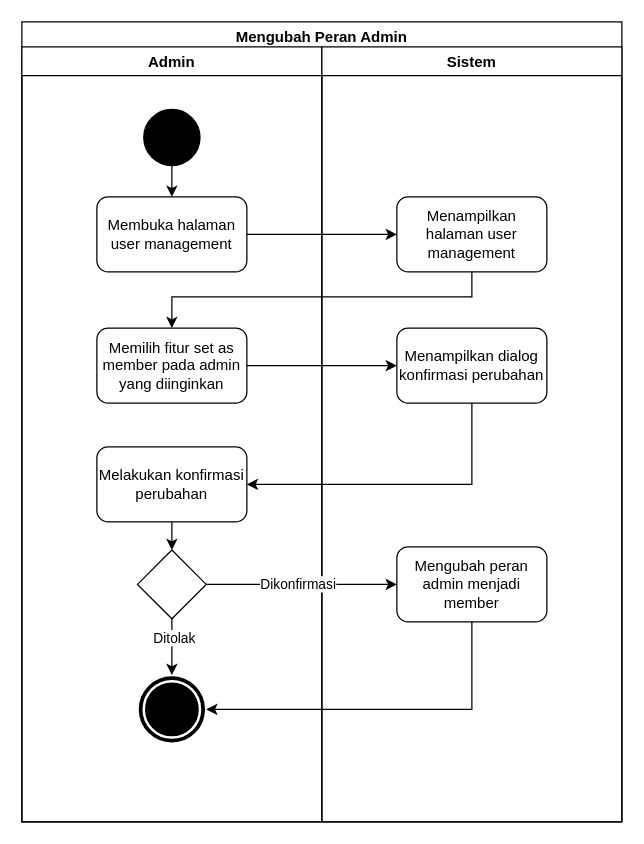
Earlier version of the draw.io diagram Diagram/Activity Diagram/28. mengubah peran admin.drawio (techie-jhs/thesis). Source tidied: cells renumbered, new cells numbered last; positions are measured from the earlier drawing's top-left corner, leaving out a move shared by most shapes. Both pictures are drawn from the tidied source at 125%, with x=0, y=0 at pixel (21, 21).
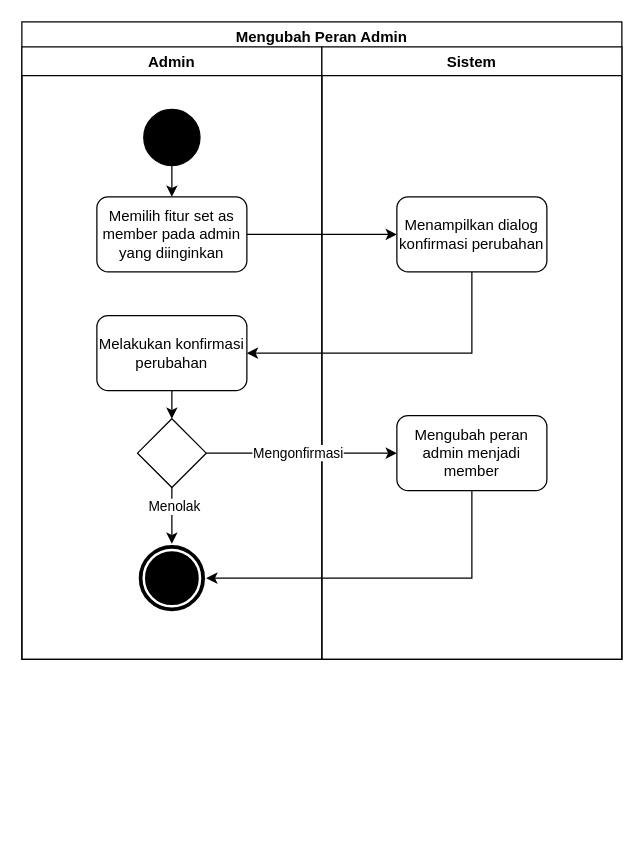
Above is the later version.

The change refers to these unchanged cells:
```xml
<mxCell id="5" style="ellipse;whiteSpace=wrap;html=1;fillColor=#000000;" parent="3" vertex="1">
  <mxGeometry x="97.5" y="50" width="45" height="45" as="geometry" />
</mxCell>
<mxCell id="14" style="edgeStyle=orthogonalEdgeStyle;rounded=0;jettySize=auto;html=1;" parent="9" edge="1" source="12" target="13">
  <mxGeometry relative="1" as="geometry" />
</mxCell>
```

What changed in the source:
```diff
@@
     <mxCell id="2" value="Mengubah Peran Admin" style="swimlane;fillColor=none;" parent="1" vertex="1">
-      <mxGeometry width="480" height="640" as="geometry" />
+      <mxGeometry width="480" height="510" as="geometry" />
     </mxCell>
     <mxCell id="3" value="Admin" style="swimlane;" parent="2" vertex="1">
-      <mxGeometry y="20" width="240" height="620" as="geometry" />
+      <mxGeometry y="20" width="240" height="490" as="geometry" />
     </mxCell>
-    <mxCell id="4" style="edgeStyle=orthogonalEdgeStyle;rounded=0;jettySize=auto;html=1;" parent="3" edge="1" source="5" target="6">
-      <mxGeometry relative="1" as="geometry" />
-    </mxCell>
+    <mxCell id="25" style="edgeStyle=orthogonalEdgeStyle;rounded=0;jettySize=auto;html=1;" parent="3" edge="1" source="5" target="7">
+      <mxGeometry relative="1" as="geometry" />
+    </mxCell>
@@
-    <mxCell id="6" value="Membuka halaman user management" style="rounded=1;whiteSpace=wrap;html=1;fillColor=none;" parent="3" vertex="1">
-      <mxGeometry x="60" y="120" width="120" height="60" as="geometry" />
-    </mxCell>
     <mxCell id="7" value="Memilih fitur set as member pada admin yang diinginkan" style="rounded=1;whiteSpace=wrap;html=1;fillColor=none;" parent="3" vertex="1">
-      <mxGeometry x="60" y="225" width="120" height="60" as="geometry" />
+      <mxGeometry x="60" y="120" width="120" height="60" as="geometry" />
     </mxCell>
     <mxCell id="8" value="Melakukan konfirmasi perubahan" style="rounded=1;whiteSpace=wrap;html=1;fillColor=none;" parent="3" vertex="1">
-      <mxGeometry x="60" y="320" width="120" height="60" as="geometry" />
+      <mxGeometry x="60" y="215" width="120" height="60" as="geometry" />
     </mxCell>
     <mxCell id="9" value="Sistem" style="swimlane;" parent="2" vertex="1">
-      <mxGeometry x="240" y="20" width="240" height="620" as="geometry" />
+      <mxGeometry x="240" y="20" width="240" height="490" as="geometry" />
     </mxCell>
-    <mxCell id="10" value="Menampilkan halaman user management" style="rounded=1;whiteSpace=wrap;html=1;fillColor=none;" parent="9" vertex="1">
-      <mxGeometry x="60" y="120" width="120" height="60" as="geometry" />
-    </mxCell>
     <mxCell id="11" value="Menampilkan dialog konfirmasi perubahan" style="rounded=1;whiteSpace=wrap;html=1;fillColor=none;" parent="9" vertex="1">
-      <mxGeometry x="60" y="225" width="120" height="60" as="geometry" />
+      <mxGeometry x="60" y="120" width="120" height="60" as="geometry" />
     </mxCell>
     <mxCell id="12" style="rhombus;whiteSpace=wrap;html=1;fillColor=none;" parent="9" vertex="1">
-      <mxGeometry x="-147.5" y="402.5" width="55" height="55" as="geometry" />
+      <mxGeometry x="-147.5" y="297.5" width="55" height="55" as="geometry" />
     </mxCell>
     <mxCell id="13" style="ellipse;shape=doubleEllipse;whiteSpace=wrap;html=1;fillColor=#000000;strokeColor=#FFFFFF;strokeWidth=2;" parent="9" vertex="1">
-      <mxGeometry x="-147.5" y="502.5" width="55" height="55" as="geometry" />
+      <mxGeometry x="-147.5" y="397.5" width="55" height="55" as="geometry" />
     </mxCell>
@@
-    <mxCell id="15" value="Ditolak" style="edgeLabel;html=1;align=center;verticalAlign=middle;" parent="14" vertex="1">
+    <mxCell id="15" value="Menolak" style="edgeLabel;html=1;align=center;verticalAlign=middle;" parent="14" vertex="1">
       <mxGeometry x="-0.33" y="1" relative="1" as="geometry" />
     </mxCell>
     <mxCell id="16" value="Mengubah peran admin menjadi member" style="rounded=1;whiteSpace=wrap;html=1;fillColor=none;" parent="9" vertex="1">
-      <mxGeometry x="60" y="400" width="120" height="60" as="geometry" />
+      <mxGeometry x="60" y="295" width="120" height="60" as="geometry" />
     </mxCell>
     <mxCell id="17" style="edgeStyle=orthogonalEdgeStyle;rounded=0;jettySize=auto;html=1;entryX=0;entryY=0.5;entryDx=0;entryDy=0;exitX=1;exitY=0.5;exitDx=0;exitDy=0;" parent="9" edge="1" source="12" target="16">
       <mxGeometry relative="1" as="geometry">
         <Array as="points">
-          <mxPoint x="60" y="429.5" />
+          <mxPoint x="60" y="324.5" />
         </Array>
       </mxGeometry>
     </mxCell>
-    <mxCell id="18" value="Dikonfirmasi" style="edgeLabel;html=1;align=center;verticalAlign=middle;" parent="17" vertex="1">
+    <mxCell id="18" value="Mengonfirmasi" style="edgeLabel;html=1;align=center;verticalAlign=middle;" parent="17" vertex="1">
       <mxGeometry x="-0.14" y="3" relative="1" as="geometry">
         <mxPoint x="7" y="2" as="offset" />
       </mxGeometry>
     </mxCell>
     <mxCell id="19" style="edgeStyle=orthogonalEdgeStyle;rounded=0;jettySize=auto;html=1;entryX=1;entryY=0.5;entryDx=0;entryDy=0;" parent="9" edge="1" source="16" target="13">
       <mxGeometry relative="1" as="geometry">
         <Array as="points">
-          <mxPoint x="120" y="530.5" />
+          <mxPoint x="120" y="425.5" />
         </Array>
       </mxGeometry>
     </mxCell>
-    <mxCell id="20" style="edgeStyle=orthogonalEdgeStyle;rounded=0;jettySize=auto;html=1;" parent="2" edge="1" source="6" target="10">
-      <mxGeometry relative="1" as="geometry" />
-    </mxCell>
-    <mxCell id="21" style="edgeStyle=orthogonalEdgeStyle;rounded=0;jettySize=auto;html=1;" parent="2" edge="1" source="10" target="7">
-      <mxGeometry relative="1" as="geometry">
-        <Array as="points">
-          <mxPoint x="360" y="220" />
-          <mxPoint x="120" y="220" />
-        </Array>
-      </mxGeometry>
-    </mxCell>
@@
     <mxCell id="23" style="edgeStyle=orthogonalEdgeStyle;rounded=0;jettySize=auto;html=1;entryX=1;entryY=0.5;entryDx=0;entryDy=0;" parent="2" edge="1" source="11" target="8">
       <mxGeometry relative="1" as="geometry">
         <Array as="points">
-          <mxPoint x="360" y="370" />
+          <mxPoint x="360" y="265" />
         </Array>
       </mxGeometry>
     </mxCell>
```
